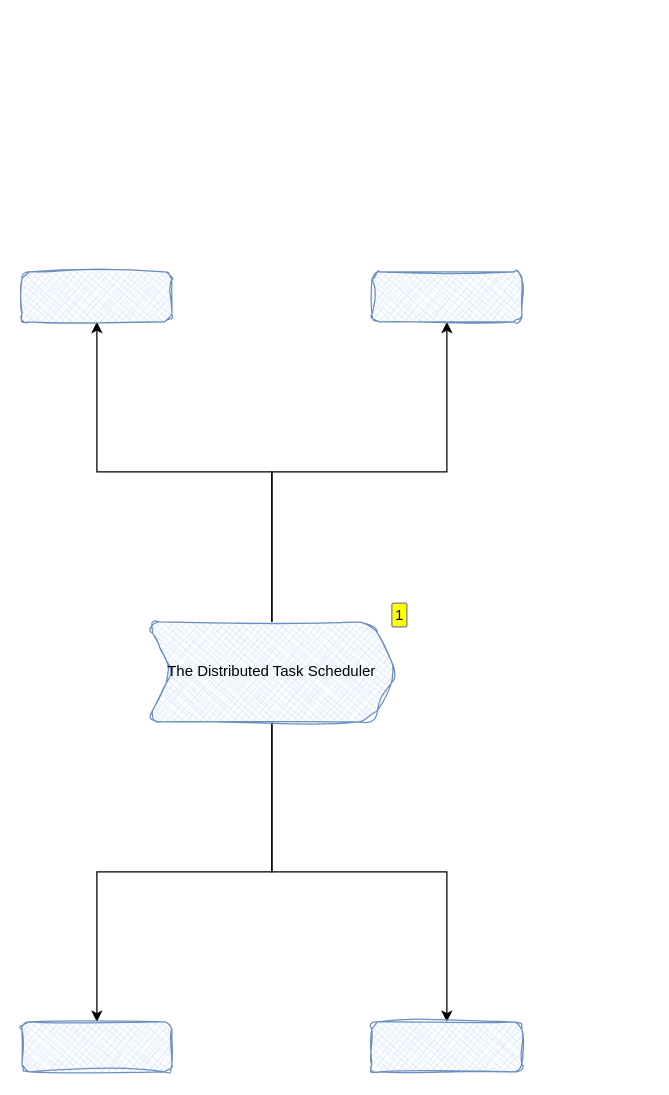
Above: System Design/System Design: The Distributed Task Scheduler.drawio in FilledVaccum/MindMaps (draw.io), before the change. Source tidied: cells renumbered, new cells numbered last; positions are measured from the earlier drawing's top-left corner, leaving out a move shared by most shapes. Both pictures are drawn from the tidied source at 125%, with x=0, y=0 at pixel (21, 271).
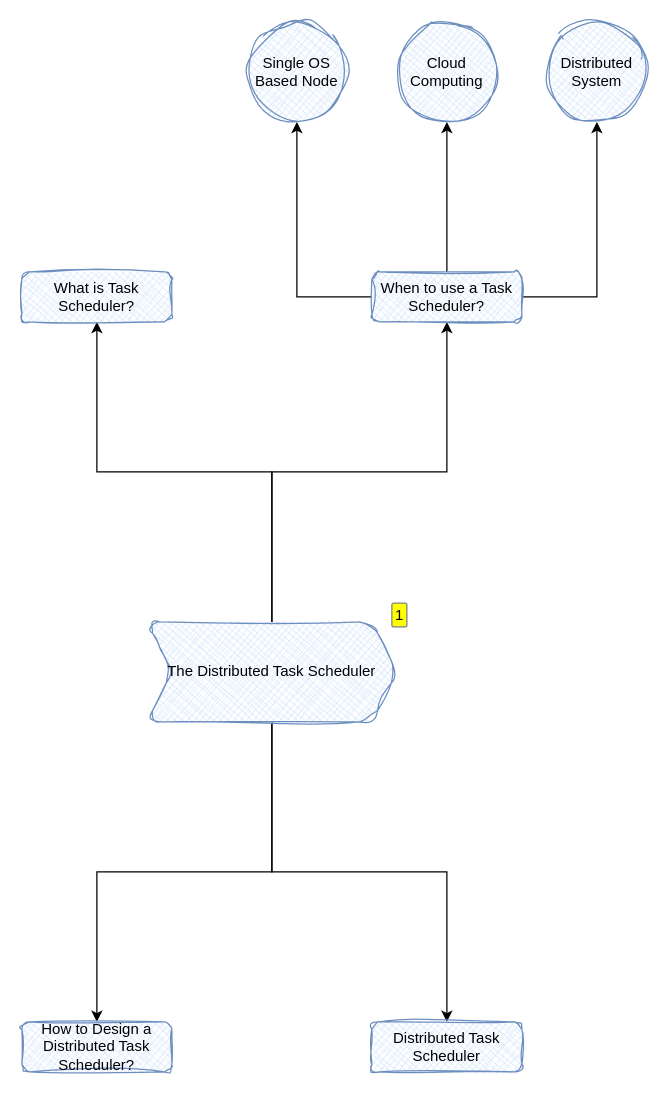
The same diagram, later.

The edit, as a diff of the source:
```diff
@@
 <mxGraphModel>
   <root>
     <mxCell id="0" />
     <mxCell id="1" parent="0" />
     <mxCell id="2" style="edgeStyle=orthogonalEdgeStyle;rounded=0;hachureGap=4;jettySize=auto;html=1;fontFamily=Architects Daughter;" parent="1" edge="1" source="6" target="7">
       <mxGeometry relative="1" as="geometry" />
     </mxCell>
     <mxCell id="3" style="edgeStyle=orthogonalEdgeStyle;shape=connector;rounded=0;hachureGap=4;jettySize=auto;html=1;strokeColor=default;align=center;verticalAlign=middle;fontFamily=Architects Daughter;fontSize=11;fontColor=default;labelBackgroundColor=default;endArrow=classic;" parent="1" edge="1" source="6" target="8">
       <mxGeometry relative="1" as="geometry" />
     </mxCell>
     <mxCell id="4" style="edgeStyle=orthogonalEdgeStyle;shape=connector;rounded=0;hachureGap=4;jettySize=auto;html=1;strokeColor=default;align=center;verticalAlign=middle;fontFamily=Architects Daughter;fontSize=11;fontColor=default;labelBackgroundColor=default;endArrow=classic;" parent="1" edge="1" source="6" target="9">
       <mxGeometry relative="1" as="geometry" />
     </mxCell>
     <mxCell id="5" style="edgeStyle=orthogonalEdgeStyle;shape=connector;rounded=0;hachureGap=4;jettySize=auto;html=1;strokeColor=default;align=center;verticalAlign=middle;fontFamily=Architects Daughter;fontSize=11;fontColor=default;labelBackgroundColor=default;endArrow=classic;" parent="1" edge="1" source="6" target="10">
       <mxGeometry relative="1" as="geometry" />
     </mxCell>
     <mxCell id="6" value="The Distributed Task Scheduler" style="shape=step;perimeter=stepPerimeter;whiteSpace=wrap;html=1;fixedSize=1;sketch=1;curveFitting=1;jiggle=2;shadow=0;rounded=1;fillStyle=cross-hatch;fillColor=#dae8fc;strokeColor=#6c8ebf;enumerate=1;" parent="1" vertex="1">
       <mxGeometry x="100" y="280" width="200" height="80" as="geometry" />
     </mxCell>
-    <mxCell id="7" style="whiteSpace=wrap;html=1;fillColor=#dae8fc;strokeColor=#6c8ebf;sketch=1;curveFitting=1;jiggle=2;shadow=0;rounded=1;fillStyle=cross-hatch;" parent="1" vertex="1">
+    <mxCell id="7" value="What is Task Scheduler?" style="whiteSpace=wrap;html=1;fillColor=#dae8fc;strokeColor=#6c8ebf;sketch=1;curveFitting=1;jiggle=2;shadow=0;rounded=1;fillStyle=cross-hatch;" parent="1" vertex="1">
       <mxGeometry width="120" height="40" as="geometry" />
     </mxCell>
+    <mxCell id="11" style="edgeStyle=orthogonalEdgeStyle;shape=connector;rounded=0;hachureGap=4;jettySize=auto;html=1;strokeColor=default;align=center;verticalAlign=middle;fontFamily=Architects Daughter;fontSize=11;fontColor=default;labelBackgroundColor=default;endArrow=classic;" parent="1" edge="1" source="8" target="14">
+      <mxGeometry relative="1" as="geometry" />
+    </mxCell>
+    <mxCell id="12" style="edgeStyle=orthogonalEdgeStyle;shape=connector;rounded=0;hachureGap=4;jettySize=auto;html=1;strokeColor=default;align=center;verticalAlign=middle;fontFamily=Architects Daughter;fontSize=11;fontColor=default;labelBackgroundColor=default;endArrow=classic;" parent="1" edge="1" source="8" target="15">
+      <mxGeometry relative="1" as="geometry" />
+    </mxCell>
+    <mxCell id="13" style="edgeStyle=orthogonalEdgeStyle;shape=connector;rounded=0;hachureGap=4;jettySize=auto;html=1;strokeColor=default;align=center;verticalAlign=middle;fontFamily=Architects Daughter;fontSize=11;fontColor=default;labelBackgroundColor=default;endArrow=classic;" parent="1" edge="1" source="8" target="16">
+      <mxGeometry relative="1" as="geometry" />
+    </mxCell>
-    <mxCell id="8" style="whiteSpace=wrap;html=1;fillColor=#dae8fc;strokeColor=#6c8ebf;sketch=1;curveFitting=1;jiggle=2;shadow=0;rounded=1;fillStyle=cross-hatch;" parent="1" vertex="1">
+    <mxCell id="8" value="When to use a Task Scheduler?" style="whiteSpace=wrap;html=1;fillColor=#dae8fc;strokeColor=#6c8ebf;sketch=1;curveFitting=1;jiggle=2;shadow=0;rounded=1;fillStyle=cross-hatch;" parent="1" vertex="1">
       <mxGeometry x="280" width="120" height="40" as="geometry" />
     </mxCell>
-    <mxCell id="9" style="whiteSpace=wrap;html=1;fillColor=#dae8fc;strokeColor=#6c8ebf;sketch=1;curveFitting=1;jiggle=2;shadow=0;rounded=1;fillStyle=cross-hatch;" parent="1" vertex="1">
+    <mxCell id="9" value="Distributed Task Scheduler" style="whiteSpace=wrap;html=1;fillColor=#dae8fc;strokeColor=#6c8ebf;sketch=1;curveFitting=1;jiggle=2;shadow=0;rounded=1;fillStyle=cross-hatch;" parent="1" vertex="1">
       <mxGeometry x="280" y="600" width="120" height="40" as="geometry" />
     </mxCell>
-    <mxCell id="10" style="whiteSpace=wrap;html=1;fillColor=#dae8fc;strokeColor=#6c8ebf;sketch=1;curveFitting=1;jiggle=2;shadow=0;rounded=1;fillStyle=cross-hatch;" parent="1" vertex="1">
+    <mxCell id="10" value="How to Design a Distributed Task Scheduler?" style="whiteSpace=wrap;html=1;fillColor=#dae8fc;strokeColor=#6c8ebf;sketch=1;curveFitting=1;jiggle=2;shadow=0;rounded=1;fillStyle=cross-hatch;" parent="1" vertex="1">
       <mxGeometry y="600" width="120" height="40" as="geometry" />
     </mxCell>
+    <mxCell id="14" value="Single OS Based Node" style="ellipse;whiteSpace=wrap;html=1;fillColor=#dae8fc;strokeColor=#6c8ebf;sketch=1;curveFitting=1;jiggle=2;shadow=0;rounded=1;fillStyle=cross-hatch;" parent="1" vertex="1">
+      <mxGeometry x="180" y="-200" width="80" height="80" as="geometry" />
+    </mxCell>
+    <mxCell id="15" value="Distributed System" style="ellipse;whiteSpace=wrap;html=1;fillColor=#dae8fc;strokeColor=#6c8ebf;sketch=1;curveFitting=1;jiggle=2;shadow=0;rounded=1;fillStyle=cross-hatch;" parent="1" vertex="1">
+      <mxGeometry x="420" y="-200" width="80" height="80" as="geometry" />
+    </mxCell>
+    <mxCell id="16" value="Cloud Computing" style="ellipse;whiteSpace=wrap;html=1;fillColor=#dae8fc;strokeColor=#6c8ebf;sketch=1;curveFitting=1;jiggle=2;shadow=0;rounded=1;fillStyle=cross-hatch;" parent="1" vertex="1">
+      <mxGeometry x="300" y="-200" width="80" height="80" as="geometry" />
+    </mxCell>
   </root>
 </mxGraphModel>
```
